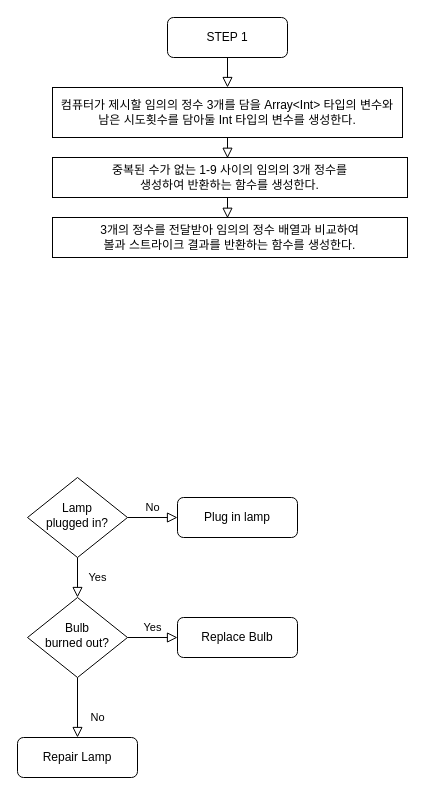
yagom-academy/ios-number-baseball keeps this draw.io diagram as flowchart.drawio. Above is the earlier version. Source tidied: cells renumbered, new cells numbered last; positions are measured from the earlier drawing's top-left corner, leaving out a move shared by most shapes. Both pictures are drawn from the tidied source at 100%, with x=0, y=0 at pixel (17, 17).
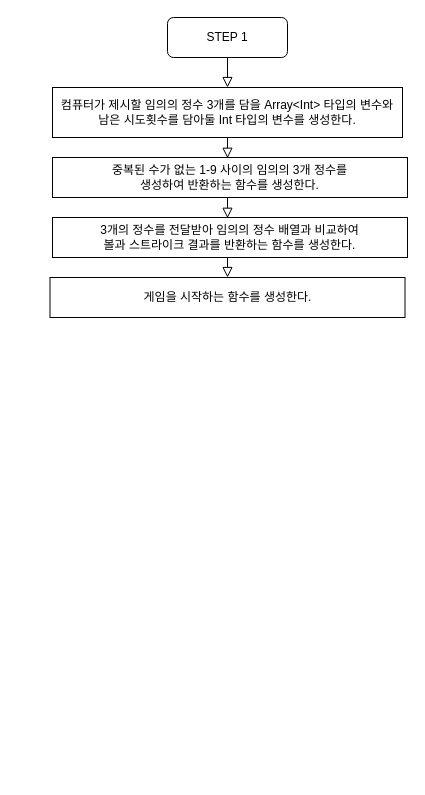
Above is the later version.

Commit message:
docs: 순서도 STEP 1-4 추가

Change to the diagram source:
```diff
@@
 <mxGraphModel>
   <root>
     <mxCell id="0" />
     <mxCell id="1" parent="0" />
     <mxCell id="2" style="rounded=0;html=1;jettySize=auto;fontSize=11;endArrow=block;endFill=0;endSize=8;strokeWidth=1;shadow=0;labelBackgroundColor=none;edgeStyle=orthogonalEdgeStyle;entryX=0.5;entryY=0;entryDx=0;entryDy=0;" parent="1" edge="1" source="3" target="13">
       <mxGeometry relative="1" as="geometry" />
     </mxCell>
     <mxCell id="3" value="STEP 1" style="rounded=1;whiteSpace=wrap;html=1;fontSize=12;glass=0;strokeWidth=1;shadow=0;" parent="1" vertex="1">
       <mxGeometry x="150" width="120" height="40" as="geometry" />
     </mxCell>
-    <mxCell id="4" value="Yes" style="rounded=0;html=1;jettySize=auto;fontSize=11;endArrow=block;endFill=0;endSize=8;strokeWidth=1;shadow=0;labelBackgroundColor=none;edgeStyle=orthogonalEdgeStyle;" parent="1" edge="1" source="6" target="10">
-      <mxGeometry y="20" relative="1" as="geometry" />
-    </mxCell>
-    <mxCell id="5" value="No" style="edgeStyle=orthogonalEdgeStyle;rounded=0;html=1;jettySize=auto;fontSize=11;endArrow=block;endFill=0;endSize=8;strokeWidth=1;shadow=0;labelBackgroundColor=none;" parent="1" edge="1" source="6" target="7">
-      <mxGeometry y="10" relative="1" as="geometry" />
-    </mxCell>
-    <mxCell id="6" value="Lamp&lt;br&gt;plugged in?" style="rhombus;whiteSpace=wrap;html=1;shadow=0;fontFamily=Helvetica;fontSize=12;align=center;strokeWidth=1;spacing=6;spacingTop=-4;" parent="1" vertex="1">
-      <mxGeometry x="10" y="460" width="100" height="80" as="geometry" />
-    </mxCell>
-    <mxCell id="7" value="Plug in lamp" style="rounded=1;whiteSpace=wrap;html=1;fontSize=12;glass=0;strokeWidth=1;shadow=0;" parent="1" vertex="1">
-      <mxGeometry x="160" y="480" width="120" height="40" as="geometry" />
-    </mxCell>
-    <mxCell id="8" value="No" style="rounded=0;html=1;jettySize=auto;fontSize=11;endArrow=block;endFill=0;endSize=8;strokeWidth=1;shadow=0;labelBackgroundColor=none;edgeStyle=orthogonalEdgeStyle;" parent="1" edge="1" source="10" target="11">
-      <mxGeometry x="0.33" y="20" relative="1" as="geometry" />
-    </mxCell>
-    <mxCell id="9" value="Yes" style="edgeStyle=orthogonalEdgeStyle;rounded=0;html=1;jettySize=auto;fontSize=11;endArrow=block;endFill=0;endSize=8;strokeWidth=1;shadow=0;labelBackgroundColor=none;" parent="1" edge="1" source="10" target="12">
-      <mxGeometry y="10" relative="1" as="geometry" />
-    </mxCell>
-    <mxCell id="10" value="Bulb&lt;br&gt;burned out?" style="rhombus;whiteSpace=wrap;html=1;shadow=0;fontFamily=Helvetica;fontSize=12;align=center;strokeWidth=1;spacing=6;spacingTop=-4;" parent="1" vertex="1">
-      <mxGeometry x="10" y="580" width="100" height="80" as="geometry" />
-    </mxCell>
-    <mxCell id="11" value="Repair Lamp" style="rounded=1;whiteSpace=wrap;html=1;fontSize=12;glass=0;strokeWidth=1;shadow=0;" parent="1" vertex="1">
-      <mxGeometry y="720" width="120" height="40" as="geometry" />
-    </mxCell>
-    <mxCell id="12" value="Replace Bulb" style="rounded=1;whiteSpace=wrap;html=1;fontSize=12;glass=0;strokeWidth=1;shadow=0;" parent="1" vertex="1">
-      <mxGeometry x="160" y="600" width="120" height="40" as="geometry" />
-    </mxCell>
     <mxCell id="13" value="컴퓨터가 제시할 임의의 정수 3개를 담을 Array&amp;lt;Int&amp;gt; 타입의 변수와&lt;br&gt;남은 시도횟수를 담아둘 Int 타입의 변수를 생성한다." style="rounded=0;whiteSpace=wrap;html=1;" parent="1" vertex="1">
       <mxGeometry x="35" y="70" width="350" height="50" as="geometry" />
     </mxCell>
     <mxCell id="14" value="중복된 수가 없는 1-9 사이의 임의의 3개 정수를&lt;br&gt;생성하여&amp;nbsp;반환하는 함수를 생성한다." style="rounded=0;whiteSpace=wrap;html=1;" parent="1" vertex="1">
       <mxGeometry x="35" y="140" width="355" height="40" as="geometry" />
     </mxCell>
     <mxCell id="15" style="rounded=0;html=1;jettySize=auto;fontSize=11;endArrow=block;endFill=0;endSize=8;strokeWidth=1;shadow=0;labelBackgroundColor=none;edgeStyle=orthogonalEdgeStyle;entryX=0.493;entryY=0.019;entryDx=0;entryDy=0;exitX=0.5;exitY=1;exitDx=0;exitDy=0;entryPerimeter=0;" parent="1" edge="1" source="13" target="14">
       <mxGeometry relative="1" as="geometry" />
     </mxCell>
     <mxCell id="16" value="3개의 정수를 전달받아 임의의 정수 배열과 비교하여&lt;br&gt;볼과 스트라이크 결과를 반환하는 함수를 생성한다." style="rounded=0;whiteSpace=wrap;html=1;" parent="1" vertex="1">
       <mxGeometry x="35" y="200" width="355" height="40" as="geometry" />
     </mxCell>
     <mxCell id="17" style="rounded=0;html=1;jettySize=auto;fontSize=11;endArrow=block;endFill=0;endSize=8;strokeWidth=1;shadow=0;labelBackgroundColor=none;edgeStyle=orthogonalEdgeStyle;entryX=0.493;entryY=0.019;entryDx=0;entryDy=0;exitX=0.5;exitY=1;exitDx=0;exitDy=0;entryPerimeter=0;" parent="1" edge="1" target="16">
       <mxGeometry relative="1" as="geometry">
         <mxPoint x="210" y="180" as="sourcePoint" />
       </mxGeometry>
     </mxCell>
+    <mxCell id="18" value="게임을 시작하는 함수를 생성한다." style="rounded=0;whiteSpace=wrap;html=1;" parent="1" vertex="1">
+      <mxGeometry x="32.5" y="260" width="355" height="40" as="geometry" />
+    </mxCell>
+    <mxCell id="19" style="rounded=0;html=1;jettySize=auto;fontSize=11;endArrow=block;endFill=0;endSize=8;strokeWidth=1;shadow=0;labelBackgroundColor=none;edgeStyle=orthogonalEdgeStyle;entryX=0.5;entryY=0;entryDx=0;entryDy=0;exitX=0.5;exitY=1;exitDx=0;exitDy=0;" parent="1" edge="1" source="16" target="18">
+      <mxGeometry relative="1" as="geometry" />
+    </mxCell>
   </root>
 </mxGraphModel>
```
